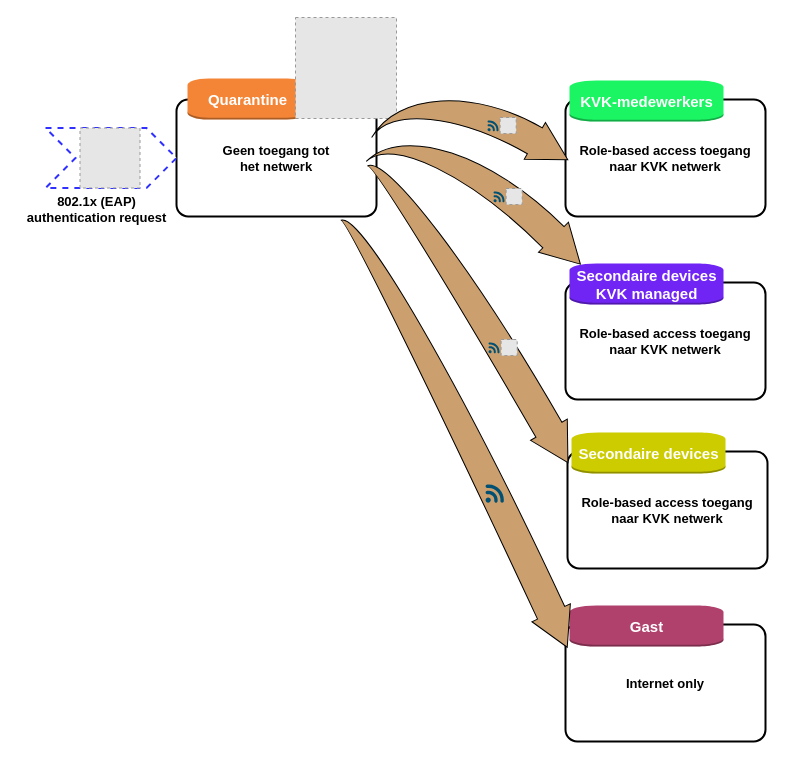
The draw.io diagram EAP-authentication.drawio in mhwwas/Terraform, before the edit. Source tidied: cells renumbered, new cells numbered last; positions are measured from the earlier drawing's top-left corner, leaving out a move shared by most shapes. Both pictures are drawn from the tidied source at 100%, with x=0, y=0 at pixel (17, 17). Pictures stored in the file or linked from it are replaced by grey dashed boxes.
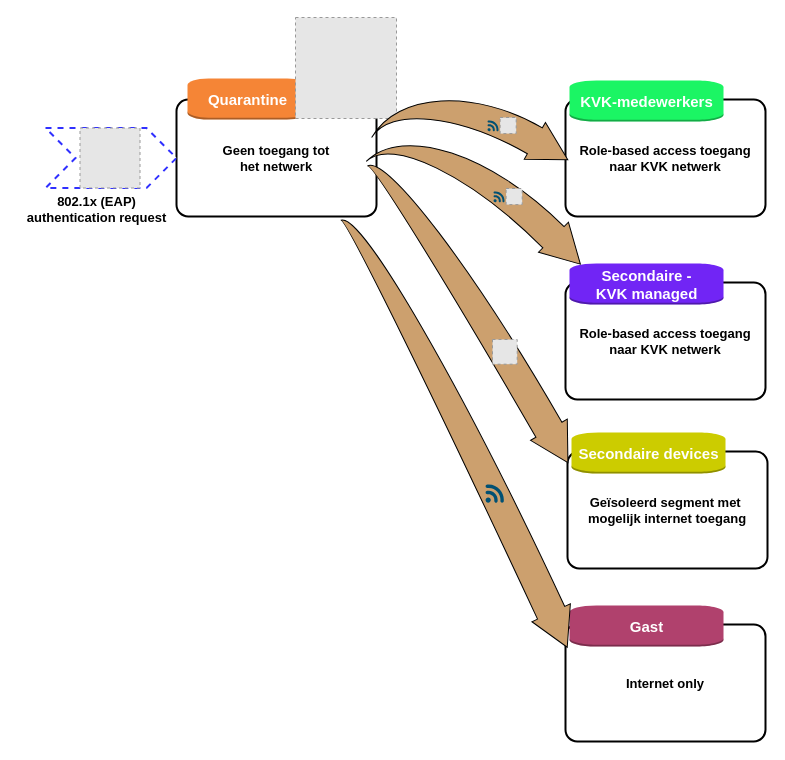
Above is the later version.

The change refers to these unchanged cells:
```xml
<mxCell id="11" style="group;" parent="1" vertex="1">
  <mxGeometry x="548" y="246" width="200" height="136" as="geometry" />
</mxCell>
<mxCell id="18" style="group;" parent="1" vertex="1">
  <mxGeometry x="550" y="415" width="200" height="136" as="geometry" />
</mxCell>
```

What changed in the source:
```diff
@@
-    <mxCell id="13" value="&lt;font color=&quot;#ffffff&quot;&gt;&lt;span style=&quot;font-size: 15px;&quot;&gt;&lt;b&gt;Secondaire devices&lt;br&gt;KVK managed&lt;br&gt;&lt;/b&gt;&lt;/span&gt;&lt;/font&gt;" style="dashed=0;html=1;shape=mxgraph.aws3.instance;fillColor=#7125F5;gradientColor=none;dashed=0;" parent="11" vertex="1">
+    <mxCell id="13" value="&lt;font color=&quot;#ffffff&quot;&gt;&lt;span style=&quot;font-size: 15px;&quot;&gt;&lt;b&gt;Secondaire -&lt;br&gt;KVK managed&lt;br&gt;&lt;/b&gt;&lt;/span&gt;&lt;/font&gt;" style="dashed=0;html=1;shape=mxgraph.aws3.instance;fillColor=#7125F5;gradientColor=none;dashed=0;" parent="11" vertex="1">
       <mxGeometry x="4" width="154" height="41" as="geometry" />
     </mxCell>
@@
-    <mxCell id="19" value="Role-based access toegang&#10;naar KVK netwerk" style="rounded=1;arcSize=10;dashed=0;fillColor=none;gradientColor=none;strokeWidth=2;fontSize=13;fontStyle=1;" parent="18" vertex="1">
+    <mxCell id="19" value="Geïsoleerd segment met &#10;mogelijk internet toegang" style="rounded=1;arcSize=10;dashed=0;fillColor=none;gradientColor=none;strokeWidth=2;fontSize=13;fontStyle=1;" parent="18" vertex="1">
       <mxGeometry y="19" width="200" height="117" as="geometry" />
     </mxCell>
@@
-    <mxCell id="31" style="group;" parent="1" vertex="1">
-      <mxGeometry x="471" y="322" width="73" height="65" as="geometry" />
-    </mxCell>
-    <mxCell id="32" style="verticalLabelPosition=bottom;sketch=0;html=1;verticalAlign=top;align=center;shape=mxgraph.cisco19.3g_4g_indicator;fillColor=#005073;strokeColor=none;dashed=1;fontSize=13;fontColor=#000000;" parent="31" vertex="1">
-      <mxGeometry y="2.9" width="11" height="11" as="geometry" />
-    </mxCell>
+    <mxCell id="34" style="verticalLabelPosition=bottom;sketch=0;html=1;verticalAlign=top;align=center;shape=mxgraph.cisco19.3g_4g_indicator;fillColor=#005073;strokeColor=none;dashed=1;fontSize=13;fontColor=#000000;" parent="1" vertex="1">
+      <mxGeometry x="468" y="467" width="18.3" height="18.3" as="geometry" />
+    </mxCell>
-    <mxCell id="33" style="fillColor=#E6E6E6;strokeColor=#999999;dashed=1;html=1;verticalAlign=top;verticalLabelPosition=bottom;labelBackgroundColor=#ffffff;fontSize=13;fontColor=#000000;" parent="31" vertex="1">
-      <mxGeometry x="12.6" width="16.1" height="16.1" as="geometry" />
+    <mxCell id="33" style="fillColor=#E6E6E6;strokeColor=#999999;dashed=1;html=1;verticalAlign=top;verticalLabelPosition=bottom;labelBackgroundColor=#ffffff;fontSize=13;fontColor=#000000;" parent="1" vertex="1">
+      <mxGeometry x="475" y="322" width="24.7" height="24.7" as="geometry" />
     </mxCell>
-    <mxCell id="34" style="verticalLabelPosition=bottom;sketch=0;html=1;verticalAlign=top;align=center;shape=mxgraph.cisco19.3g_4g_indicator;fillColor=#005073;strokeColor=none;dashed=1;fontSize=13;fontColor=#000000;" parent="1" vertex="1">
-      <mxGeometry x="468" y="467" width="18.3" height="18.3" as="geometry" />
-    </mxCell>
```
